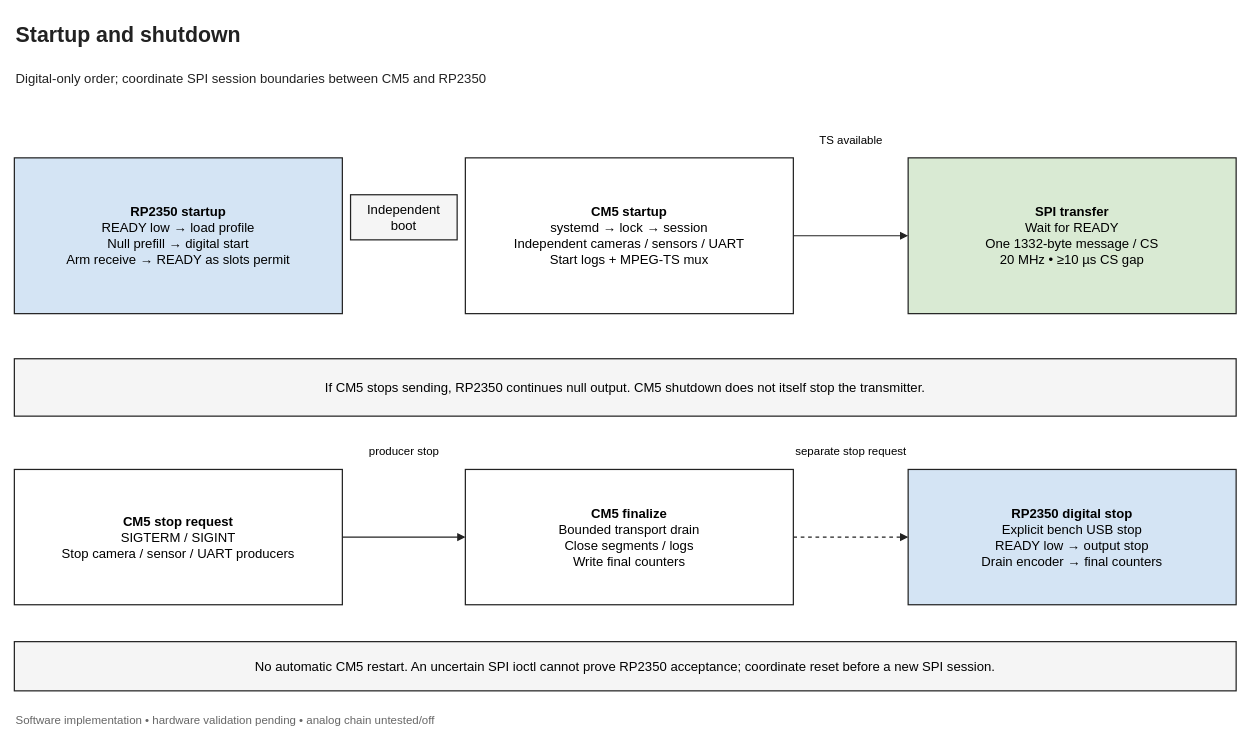
Earlier version of the draw.io diagram page "Startup and shutdown" (5 of 5) of software/architecture.drawio (stanford-ssi/PigeonVision). Source tidied: cells renumbered, new cells numbered last; positions are measured from the earlier drawing's top-left corner, leaving out a move shared by most shapes. Both pictures are drawn from the tidied source at 82%, with x=0, y=0 at pixel (14, 14).
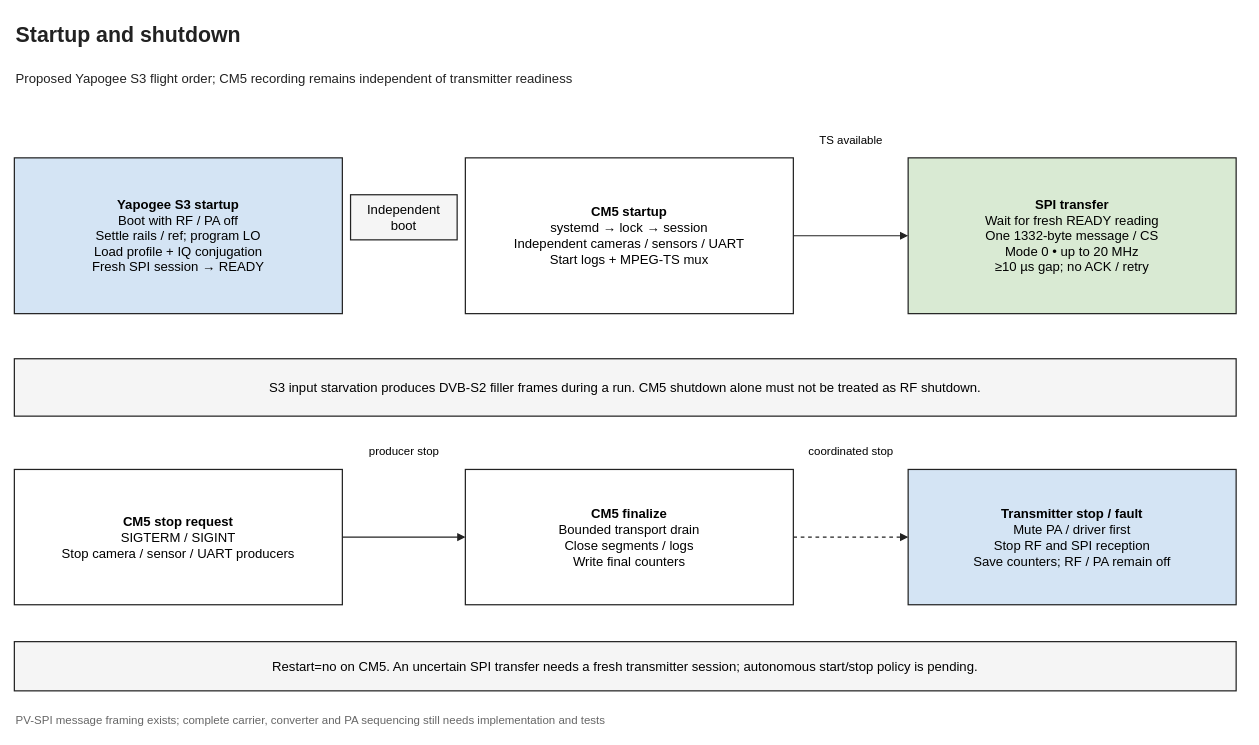
Above is the later version.

The edit, as a diff of the source:
```diff
@@
 <mxGraphModel>
   <root>
     <mxCell id="0" />
     <mxCell id="1" parent="0" />
     <mxCell id="2" value="Startup and shutdown" style="text;html=0;align=left;verticalAlign=middle;fillColor=none;strokeColor=none;fontFamily=Arial;fontSize=16;fontColor=#222222;fontSize=26;fontStyle=1;" parent="1" vertex="1">
       <mxGeometry width="1500" height="45" as="geometry" />
     </mxCell>
-    <mxCell id="3" value="Digital-only order; coordinate SPI session boundaries between CM5 and RP2350" style="text;html=0;align=left;verticalAlign=middle;fillColor=none;strokeColor=none;fontFamily=Arial;fontSize=16;fontColor=#222222;" parent="1" vertex="1">
+    <mxCell id="3" value="Proposed Yapogee S3 flight order; CM5 recording remains independent of transmitter readiness" style="text;html=0;align=left;verticalAlign=middle;fillColor=none;strokeColor=none;fontFamily=Arial;fontSize=16;fontColor=#222222;" parent="1" vertex="1">
       <mxGeometry y="55" width="1500" height="45" as="geometry" />
     </mxCell>
-    <mxCell id="4" value="Software implementation • hardware validation pending • analog chain untested/off" style="text;html=0;align=left;verticalAlign=middle;fillColor=none;strokeColor=none;fontFamily=Arial;fontSize=16;fontColor=#222222;fontSize=14;fontColor=#666666;" parent="1" vertex="1">
+    <mxCell id="4" value="PV-SPI message framing exists; complete carrier, converter and PA sequencing still needs implementation and tests" style="text;html=0;align=left;verticalAlign=middle;fillColor=none;strokeColor=none;fontFamily=Arial;fontSize=16;fontColor=#222222;fontSize=14;fontColor=#666666;" parent="1" vertex="1">
       <mxGeometry y="845" width="1500" height="30" as="geometry" />
     </mxCell>
-    <mxCell id="5" value="&lt;b&gt;RP2350 startup&lt;/b&gt;&lt;br&gt;READY low → load profile&lt;br&gt;Null prefill → digital start&lt;br&gt;Arm receive → READY as slots permit" style="rounded=0;whiteSpace=wrap;html=1;fontFamily=Arial;strokeColor=#222222;strokeWidth=1.5;align=center;verticalAlign=middle;fontSize=16;spacing=8;fillColor=#d4e4f4;" parent="1" vertex="1">
+    <mxCell id="5" value="&lt;b&gt;Yapogee S3 startup&lt;/b&gt;&lt;br&gt;Boot with RF / PA off&lt;br&gt;Settle rails / ref; program LO&lt;br&gt;Load profile + IQ conjugation&lt;br&gt;Fresh SPI session → READY" style="rounded=0;whiteSpace=wrap;html=1;fontFamily=Arial;strokeColor=#222222;strokeWidth=1.5;align=center;verticalAlign=middle;fontSize=16;spacing=8;fillColor=#d4e4f4;" parent="1" vertex="1">
       <mxGeometry y="175" width="400" height="190" as="geometry" />
     </mxCell>
     <mxCell id="6" value="&lt;b&gt;CM5 startup&lt;/b&gt;&lt;br&gt;systemd → lock → session&lt;br&gt;Independent cameras / sensors / UART&lt;br&gt;Start logs + MPEG-TS mux" style="rounded=0;whiteSpace=wrap;html=1;fontFamily=Arial;strokeColor=#222222;strokeWidth=1.5;align=center;verticalAlign=middle;fontSize=16;spacing=8;fillColor=#ffffff;" parent="1" vertex="1">
       <mxGeometry x="550" y="175" width="400" height="190" as="geometry" />
     </mxCell>
-    <mxCell id="7" value="&lt;b&gt;SPI transfer&lt;/b&gt;&lt;br&gt;Wait for READY&lt;br&gt;One 1332-byte message / CS&lt;br&gt;20 MHz • ≥10 µs CS gap" style="rounded=0;whiteSpace=wrap;html=1;fontFamily=Arial;strokeColor=#222222;strokeWidth=1.5;align=center;verticalAlign=middle;fontSize=16;spacing=8;fillColor=#d9ead3;" parent="1" vertex="1">
+    <mxCell id="7" value="&lt;b&gt;SPI transfer&lt;/b&gt;&lt;br&gt;Wait for fresh READY reading&lt;br&gt;One 1332-byte message / CS&lt;br&gt;Mode 0 • up to 20 MHz&lt;br&gt;≥10 µs gap; no ACK / retry" style="rounded=0;whiteSpace=wrap;html=1;fontFamily=Arial;strokeColor=#222222;strokeWidth=1.5;align=center;verticalAlign=middle;fontSize=16;spacing=8;fillColor=#d9ead3;" parent="1" vertex="1">
       <mxGeometry x="1090" y="175" width="400" height="190" as="geometry" />
     </mxCell>
     <mxCell id="8" value="Independent boot" style="rounded=0;whiteSpace=wrap;html=1;fontFamily=Arial;strokeColor=#222222;strokeWidth=1.5;align=center;verticalAlign=middle;fontSize=16;spacing=8;fillColor=#f5f5f5;" parent="1" vertex="1">
       <mxGeometry x="410" y="220" width="130" height="55" as="geometry" />
     </mxCell>
     <mxCell id="9" value="TS available" style="edgeStyle=orthogonalEdgeStyle;rounded=0;html=1;endArrow=block;endFill=1;strokeColor=#222222;strokeWidth=1.5;fontFamily=Arial;fontSize=14;labelBackgroundColor=#ffffff;exitX=1;exitY=0.5;entryX=0;entryY=0.5;" parent="1" edge="1" source="6" target="7">
       <mxGeometry relative="1" as="geometry">
         <mxPoint y="-117" as="offset" />
       </mxGeometry>
     </mxCell>
     <mxCell id="10" value="&lt;b&gt;CM5 stop request&lt;/b&gt;&lt;br&gt;SIGTERM / SIGINT&lt;br&gt;Stop camera / sensor / UART producers" style="rounded=0;whiteSpace=wrap;html=1;fontFamily=Arial;strokeColor=#222222;strokeWidth=1.5;align=center;verticalAlign=middle;fontSize=16;spacing=8;fillColor=#ffffff;" parent="1" vertex="1">
       <mxGeometry y="555" width="400" height="165" as="geometry" />
     </mxCell>
     <mxCell id="11" value="&lt;b&gt;CM5 finalize&lt;/b&gt;&lt;br&gt;Bounded transport drain&lt;br&gt;Close segments / logs&lt;br&gt;Write final counters" style="rounded=0;whiteSpace=wrap;html=1;fontFamily=Arial;strokeColor=#222222;strokeWidth=1.5;align=center;verticalAlign=middle;fontSize=16;spacing=8;fillColor=#ffffff;" parent="1" vertex="1">
       <mxGeometry x="550" y="555" width="400" height="165" as="geometry" />
     </mxCell>
-    <mxCell id="12" value="&lt;b&gt;RP2350 digital stop&lt;/b&gt;&lt;br&gt;Explicit bench USB stop&lt;br&gt;READY low → output stop&lt;br&gt;Drain encoder → final counters" style="rounded=0;whiteSpace=wrap;html=1;fontFamily=Arial;strokeColor=#222222;strokeWidth=1.5;align=center;verticalAlign=middle;fontSize=16;spacing=8;fillColor=#d4e4f4;" parent="1" vertex="1">
+    <mxCell id="12" value="&lt;b&gt;Transmitter stop / fault&lt;/b&gt;&lt;br&gt;Mute PA / driver first&lt;br&gt;Stop RF and SPI reception&lt;br&gt;Save counters; RF / PA remain off" style="rounded=0;whiteSpace=wrap;html=1;fontFamily=Arial;strokeColor=#222222;strokeWidth=1.5;align=center;verticalAlign=middle;fontSize=16;spacing=8;fillColor=#d4e4f4;" parent="1" vertex="1">
       <mxGeometry x="1090" y="555" width="400" height="165" as="geometry" />
     </mxCell>
     <mxCell id="13" value="producer stop" style="edgeStyle=orthogonalEdgeStyle;rounded=0;html=1;endArrow=block;endFill=1;strokeColor=#222222;strokeWidth=1.5;fontFamily=Arial;fontSize=14;labelBackgroundColor=#ffffff;exitX=1;exitY=0.5;entryX=0;entryY=0.5;" parent="1" edge="1" source="10" target="11">
       <mxGeometry relative="1" as="geometry">
         <mxPoint y="-104.5" as="offset" />
       </mxGeometry>
     </mxCell>
-    <mxCell id="14" value="separate stop request" style="edgeStyle=orthogonalEdgeStyle;rounded=0;html=1;endArrow=block;endFill=1;strokeColor=#222222;strokeWidth=1.5;fontFamily=Arial;fontSize=14;labelBackgroundColor=#ffffff;exitX=1;exitY=0.5;entryX=0;entryY=0.5;dashed=1;" parent="1" edge="1" source="11" target="12">
+    <mxCell id="14" value="coordinated stop" style="edgeStyle=orthogonalEdgeStyle;rounded=0;html=1;endArrow=block;endFill=1;strokeColor=#222222;strokeWidth=1.5;fontFamily=Arial;fontSize=14;labelBackgroundColor=#ffffff;exitX=1;exitY=0.5;entryX=0;entryY=0.5;dashed=1;" parent="1" edge="1" source="11" target="12">
       <mxGeometry relative="1" as="geometry">
         <mxPoint y="-104.5" as="offset" />
       </mxGeometry>
     </mxCell>
-    <mxCell id="15" value="If CM5 stops sending, RP2350 continues null output. CM5 shutdown does not itself stop the transmitter." style="rounded=0;whiteSpace=wrap;html=1;fontFamily=Arial;strokeColor=#222222;strokeWidth=1.5;align=center;verticalAlign=middle;fontSize=16;spacing=8;fillColor=#f5f5f5;" parent="1" vertex="1">
+    <mxCell id="15" value="S3 input starvation produces DVB-S2 filler frames during a run. CM5 shutdown alone must not be treated as RF shutdown." style="rounded=0;whiteSpace=wrap;html=1;fontFamily=Arial;strokeColor=#222222;strokeWidth=1.5;align=center;verticalAlign=middle;fontSize=16;spacing=8;fillColor=#f5f5f5;" parent="1" vertex="1">
       <mxGeometry y="420" width="1490" height="70" as="geometry" />
     </mxCell>
-    <mxCell id="16" value="No automatic CM5 restart. An uncertain SPI ioctl cannot prove RP2350 acceptance; coordinate reset before a new SPI session." style="rounded=0;whiteSpace=wrap;html=1;fontFamily=Arial;strokeColor=#222222;strokeWidth=1.5;align=center;verticalAlign=middle;fontSize=16;spacing=8;fillColor=#f5f5f5;" parent="1" vertex="1">
+    <mxCell id="16" value="Restart=no on CM5. An uncertain SPI transfer needs a fresh transmitter session; autonomous start/stop policy is pending." style="rounded=0;whiteSpace=wrap;html=1;fontFamily=Arial;strokeColor=#222222;strokeWidth=1.5;align=center;verticalAlign=middle;fontSize=16;spacing=8;fillColor=#f5f5f5;" parent="1" vertex="1">
       <mxGeometry y="765" width="1490" height="60" as="geometry" />
     </mxCell>
   </root>
 </mxGraphModel>
```
